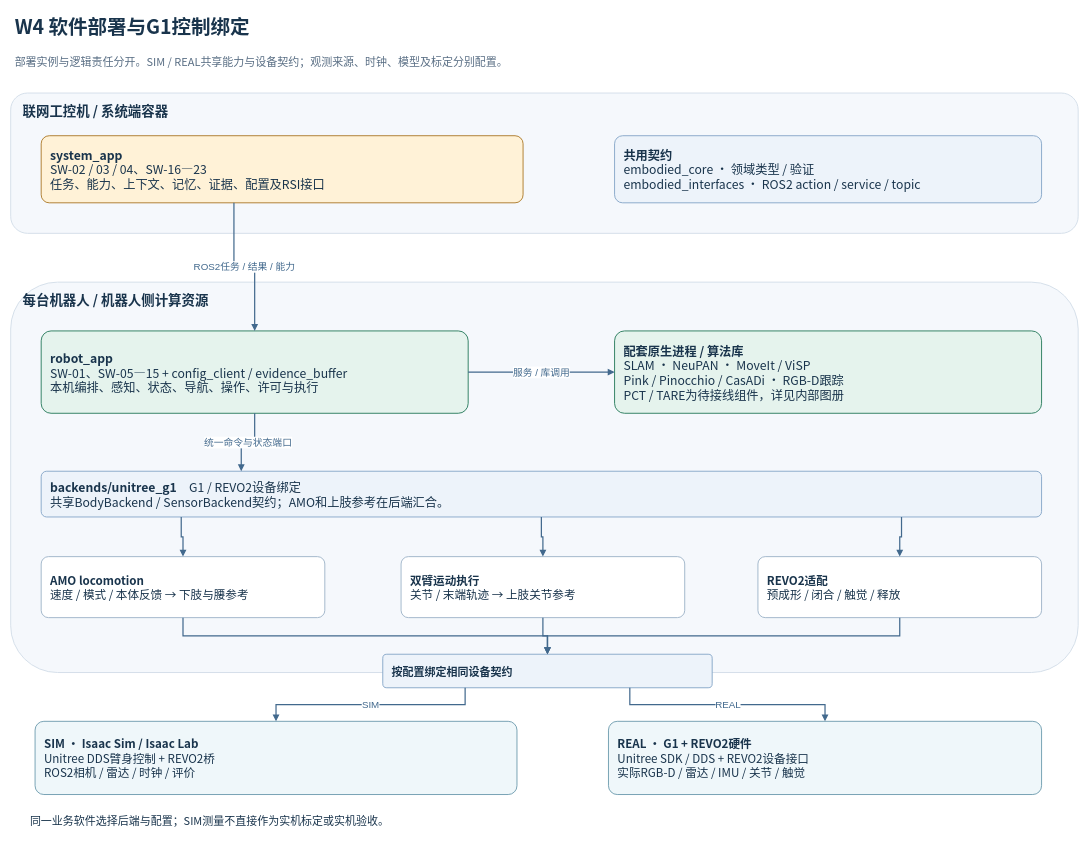
gao377/gao377.github.io keeps this draw.io diagram as page "W4 软件部署与G1控制绑定" (4 of 4) of site/diagrams/software-architecture.drawio. Above is the earlier version. Source tidied: cells renumbered, new cells numbered last; positions are measured from the earlier drawing's top-left corner, leaving out a move shared by most shapes. Both pictures are drawn from the tidied source at 61%, with x=0, y=0 at pixel (10, 10).
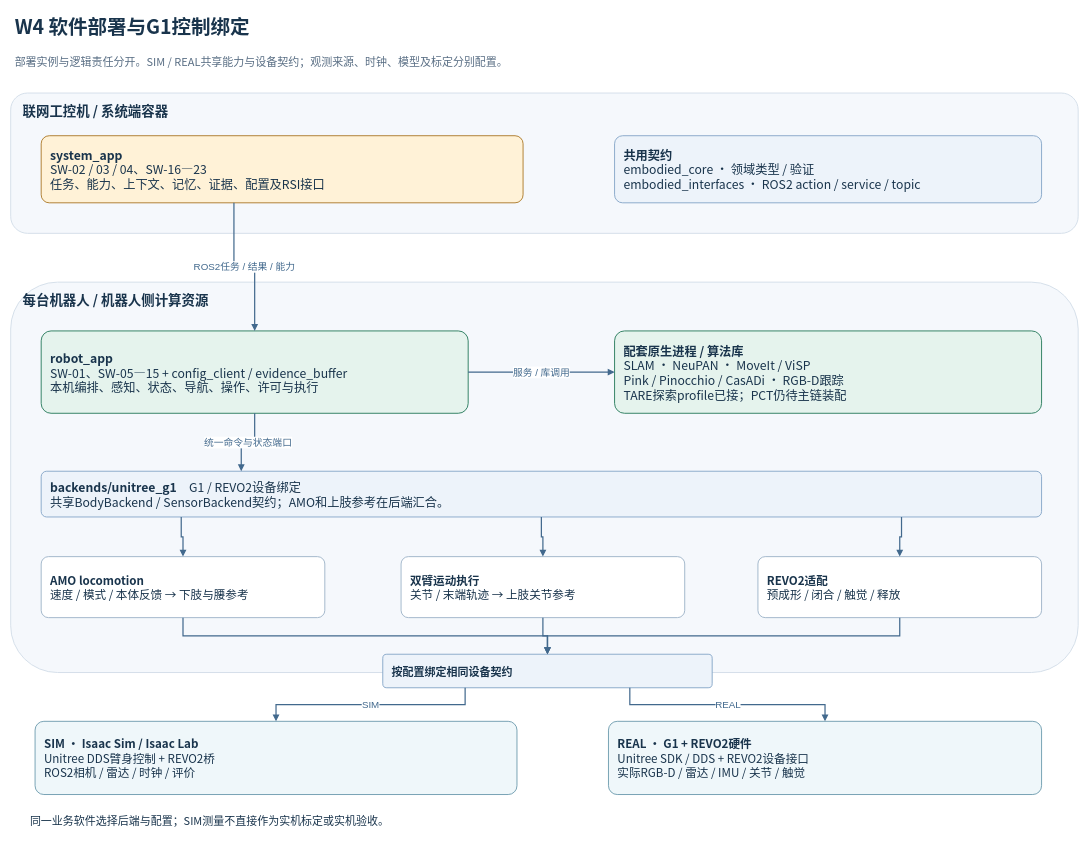
The same diagram, later.

Diff of the diagram source:
```diff
@@
-    <mxCell id="11" value="&lt;b&gt;配套原生进程 / 算法库&lt;/b&gt;&lt;br&gt;SLAM · NeuPAN · MoveIt / ViSP&lt;br&gt;Pink / Pinocchio / CasADi · RGB-D跟踪&lt;br&gt;PCT / TARE为待接线组件，详见内部图册" style="rounded=1;whiteSpace=wrap;html=1;fillColor=#E5F3ED;strokeColor=#277A5B;strokeWidth=1.5;fontFamily=Noto Sans CJK SC;fontSize=20;fontColor=#19344C;align=left;verticalAlign=middle;spacing=15;arcSize=12;" parent="1" vertex="1">
+    <mxCell id="11" value="&lt;b&gt;配套原生进程 / 算法库&lt;/b&gt;&lt;br&gt;SLAM · NeuPAN · MoveIt / ViSP&lt;br&gt;Pink / Pinocchio / CasADi · RGB-D跟踪&lt;br&gt;TARE探索profile已接；PCT仍待主链装配" style="rounded=1;whiteSpace=wrap;html=1;fillColor=#E5F3ED;strokeColor=#277A5B;strokeWidth=1.5;fontFamily=Noto Sans CJK SC;fontSize=20;fontColor=#19344C;align=left;verticalAlign=middle;spacing=15;arcSize=12;" parent="1" vertex="1">
       <mxGeometry x="990" y="525" width="700" height="135" as="geometry" />
     </mxCell>
```
